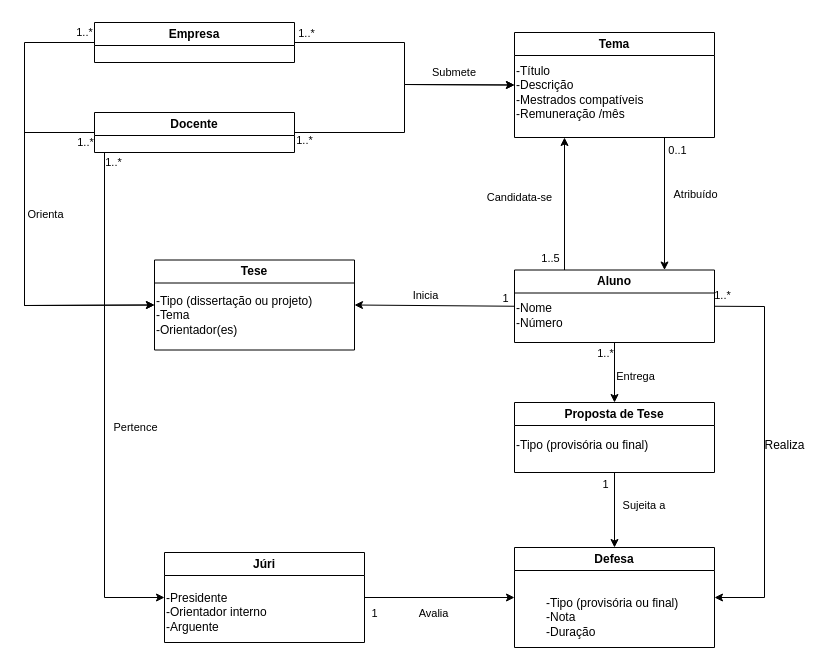
Above: page "Modelo UML" (1 of 2) of CSS_domainModel.drawio in JorgeCaldeira/CSS-fase1 (draw.io), before the change. Source tidied: cells renumbered, new cells numbered last; positions are measured from the earlier drawing's top-left corner, leaving out a move shared by most shapes. Both pictures are drawn from the tidied source at 100%, with x=0, y=0 at pixel (24, 22).
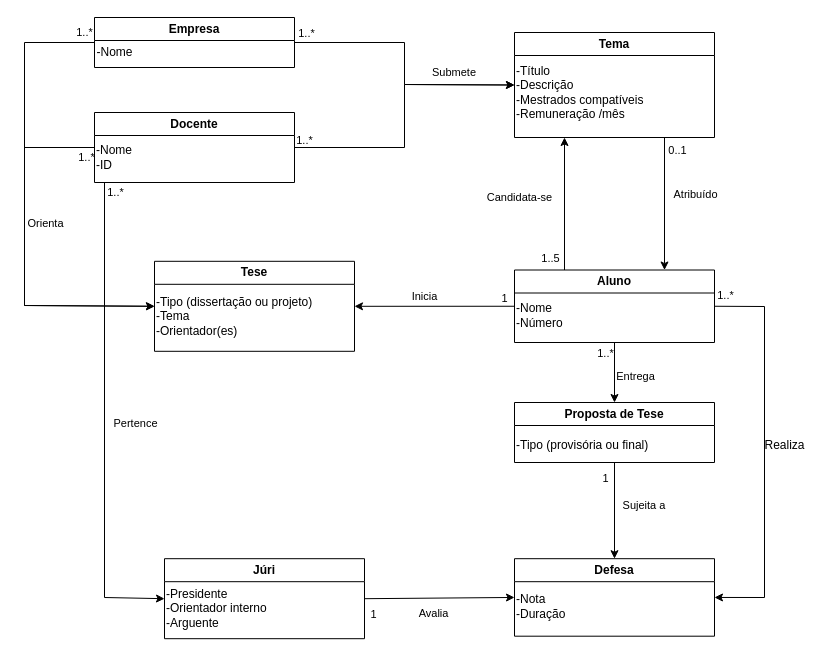
Above is the later version.

The change refers to these unchanged cells:
```xml
<mxCell id="17" style="edgeStyle=none;rounded=0;jettySize=auto;html=1;exitX=1;exitY=0.5;exitDx=0;exitDy=0;entryX=1;entryY=0.5;entryDx=0;entryDy=0;" parent="1" edge="1" source="19" target="44">
  <mxGeometry relative="1" as="geometry">
    <Array as="points">
      <mxPoint x="740" y="284" />
      <mxPoint x="740" y="575" />
    </Array>
  </mxGeometry>
</mxCell>
<mxCell id="24" value="Tema" style="swimlane;whiteSpace=wrap;html=1;" parent="1" vertex="1">
  <mxGeometry x="490" y="10" width="200" height="105" as="geometry" />
</mxCell>
```

Diff of the diagram source:
```diff
@@
     <mxCell id="2" value="Tese" style="swimlane;whiteSpace=wrap;html=1;" parent="1" vertex="1">
-      <mxGeometry x="130" y="237.5" width="200" height="90" as="geometry" />
+      <mxGeometry x="130" y="238.8" width="200" height="90" as="geometry" />
     </mxCell>
@@
     <mxCell id="7" value="Proposta de Tese" style="swimlane;whiteSpace=wrap;html=1;" parent="1" vertex="1">
-      <mxGeometry x="490" y="380" width="200" height="70" as="geometry" />
+      <mxGeometry x="490" y="380" width="200" height="60" as="geometry" />
     </mxCell>
@@
     <mxCell id="18" value="1..*" style="edgeLabel;html=1;align=center;verticalAlign=middle;" parent="17" vertex="1">
       <mxGeometry x="-0.94" y="8" relative="1" as="geometry">
-        <mxPoint x="-5" y="-3" as="offset" />
+        <mxPoint x="-2" y="-3" as="offset" />
       </mxGeometry>
     </mxCell>
@@
     <mxCell id="26" value="Júri" style="swimlane;whiteSpace=wrap;html=1;" parent="1" vertex="1">
-      <mxGeometry x="140" y="530" width="200" height="90" as="geometry" />
+      <mxGeometry x="140" y="536.2" width="200" height="80" as="geometry" />
     </mxCell>
     <mxCell id="27" value="-&lt;span style=&quot;background-color: initial;&quot;&gt;Presidente&lt;/span&gt;&lt;div&gt;&lt;span style=&quot;background-color: initial;&quot;&gt;-Orientador interno&lt;/span&gt;&lt;/div&gt;&lt;div&gt;&lt;span style=&quot;background-color: initial;&quot;&gt;-Arguente&lt;/span&gt;&lt;/div&gt;" style="text;html=1;align=left;verticalAlign=middle;strokeColor=none;fillColor=none;" parent="26" vertex="1">
-      <mxGeometry y="30" width="120" height="60" as="geometry" />
+      <mxGeometry y="20" width="120" height="60" as="geometry" />
     </mxCell>
     <mxCell id="28" style="edgeStyle=none;rounded=0;jettySize=auto;html=1;exitX=1;exitY=0.5;exitDx=0;exitDy=0;entryX=0;entryY=0.5;entryDx=0;entryDy=0;" parent="1" edge="1" source="35" target="24">
       <mxGeometry relative="1" as="geometry">
         <Array as="points">
-          <mxPoint x="380" y="110" />
+          <mxPoint x="380" y="125" />
           <mxPoint x="380" y="62" />
         </Array>
       </mxGeometry>
     </mxCell>
     <mxCell id="29" style="edgeStyle=none;rounded=0;jettySize=auto;html=1;exitX=0;exitY=0.5;exitDx=0;exitDy=0;entryX=0;entryY=0.5;entryDx=0;entryDy=0;" parent="1" edge="1" source="35" target="2">
       <mxGeometry relative="1" as="geometry">
         <Array as="points">
-          <mxPoint y="110" />
+          <mxPoint y="125" />
           <mxPoint y="283" />
         </Array>
       </mxGeometry>
     </mxCell>
@@
     <mxCell id="32" style="edgeStyle=none;rounded=0;jettySize=auto;html=1;entryX=0;entryY=0.5;entryDx=0;entryDy=0;" parent="1" edge="1" target="26">
       <mxGeometry relative="1" as="geometry">
-        <mxPoint x="80" y="130" as="sourcePoint" />
+        <mxPoint x="80" y="160" as="sourcePoint" />
         <Array as="points">
           <mxPoint x="80" y="575" />
         </Array>
       </mxGeometry>
     </mxCell>
     <mxCell id="33" value="Pertence" style="edgeLabel;html=1;align=center;verticalAlign=middle;" parent="32" vertex="1">
       <mxGeometry x="0.09" y="10" relative="1" as="geometry">
-        <mxPoint x="20" y="-1" as="offset" />
+        <mxPoint x="20" y="-19" as="offset" />
       </mxGeometry>
     </mxCell>
     <mxCell id="34" value="1..*" style="edgeLabel;html=1;align=center;verticalAlign=middle;" parent="32" vertex="1">
       <mxGeometry x="-0.95" y="8" relative="1" as="geometry">
-        <mxPoint y="-4" as="offset" />
+        <mxPoint x="2" y="-3" as="offset" />
       </mxGeometry>
     </mxCell>
-    <mxCell id="35" value="Docente" style="swimlane;whiteSpace=wrap;html=1;" parent="1" vertex="1">
-      <mxGeometry x="70" y="90" width="200" height="40" as="geometry" />
+    <mxCell id="35" value="Docente" style="swimlane;whiteSpace=wrap;html=1;startSize=23;" parent="1" vertex="1">
+      <mxGeometry x="70" y="90" width="200" height="70" as="geometry" />
     </mxCell>
+    <mxCell id="50" value="-Nome&lt;div&gt;-ID&lt;/div&gt;" style="text;html=1;align=left;verticalAlign=middle;strokeColor=none;fillColor=none;" parent="35" vertex="1">
+      <mxGeometry y="25" width="60" height="40" as="geometry" />
+    </mxCell>
@@
     <mxCell id="38" value="Empresa" style="swimlane;whiteSpace=wrap;html=1;" parent="1" vertex="1">
-      <mxGeometry x="70" width="200" height="40" as="geometry" />
+      <mxGeometry x="70" y="-5" width="200" height="50" as="geometry" />
     </mxCell>
+    <mxCell id="51" value="-Nome" style="text;html=1;align=center;verticalAlign=middle;strokeColor=none;fillColor=none;" parent="38" vertex="1">
+      <mxGeometry x="-10" y="20" width="60" height="30" as="geometry" />
+    </mxCell>
@@
     <mxCell id="44" value="Defesa" style="swimlane;whiteSpace=wrap;html=1;" parent="1" vertex="1">
-      <mxGeometry x="490" y="525" width="200" height="100" as="geometry" />
+      <mxGeometry x="490" y="536.2" width="200" height="77.5" as="geometry" />
     </mxCell>
-    <mxCell id="45" value="-Tipo (provisória ou final)&lt;div&gt;&lt;div&gt;-Nota&lt;/div&gt;&lt;div&gt;-Duração&lt;/div&gt;&lt;/div&gt;" style="text;html=1;align=left;verticalAlign=middle;strokeColor=none;fillColor=none;" parent="44" vertex="1">
-      <mxGeometry x="30" y="40" width="160" height="60" as="geometry" />
+    <mxCell id="45" value="&lt;div&gt;&lt;div&gt;-Nota&lt;/div&gt;&lt;div&gt;-Duração&lt;/div&gt;&lt;/div&gt;" style="text;html=1;align=left;verticalAlign=middle;strokeColor=none;fillColor=none;" parent="44" vertex="1">
+      <mxGeometry y="27.5" width="70" height="40" as="geometry" />
     </mxCell>
```
